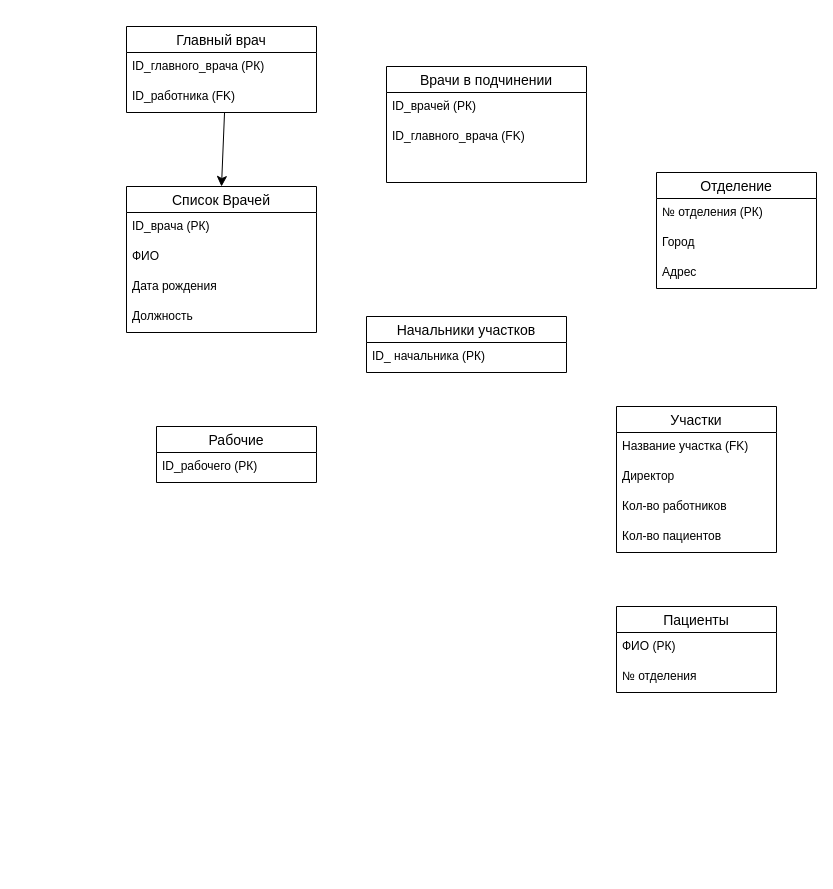
pathetic01/sql keeps this draw.io diagram as физическая.drawio. Above is the earlier version. Source tidied: cells renumbered, new cells numbered last; positions are measured from the earlier drawing's top-left corner, leaving out a move shared by most shapes. Both pictures are drawn from the tidied source at 100%, with x=0, y=0 at pixel (126, 26).
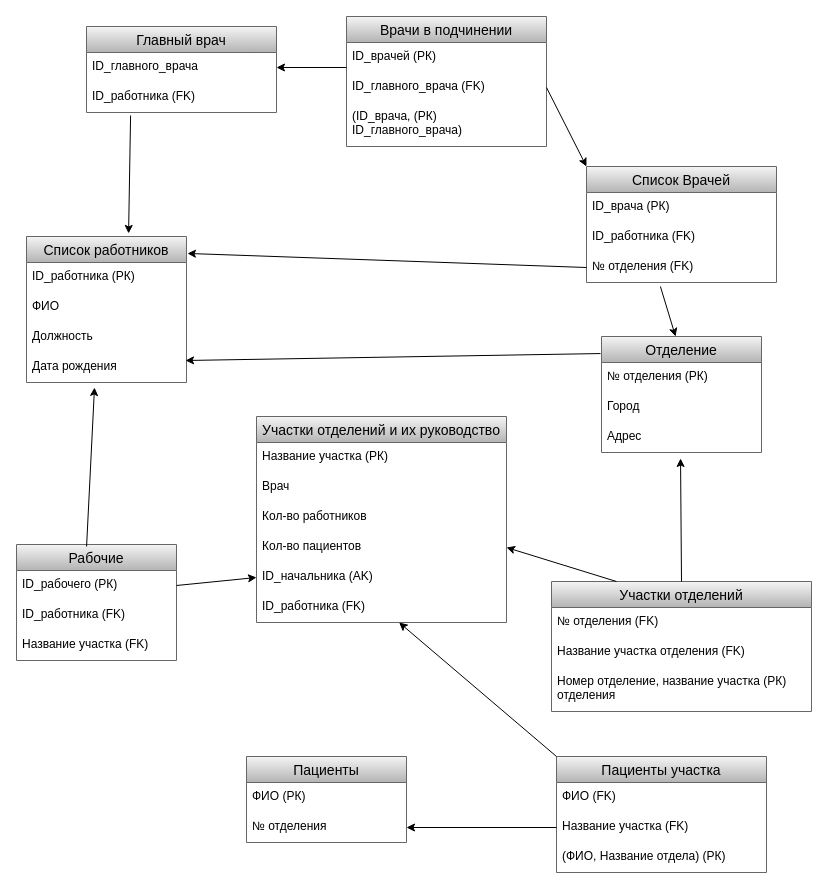
After the change.

The change refers to these unchanged cells:
```xml
<mxCell id="4" value="ID_работника (FK)" style="text;strokeColor=none;fillColor=none;spacingLeft=4;spacingRight=4;overflow=hidden;points=[[0,0.5],[1,0.5]];portConstraint=eastwest;fontSize=12;" parent="2" vertex="1">
  <mxGeometry y="56" width="190" height="30" as="geometry" />
</mxCell>
<mxCell id="6" value="ID_врачей (РК)" style="text;strokeColor=none;fillColor=none;spacingLeft=4;spacingRight=4;overflow=hidden;points=[[0,0.5],[1,0.5]];portConstraint=eastwest;fontSize=12;" parent="5" vertex="1">
  <mxGeometry y="26" width="200" height="30" as="geometry" />
</mxCell>
<mxCell id="7" value="ID_главного_врача (FK)" style="text;strokeColor=none;fillColor=none;spacingLeft=4;spacingRight=4;overflow=hidden;points=[[0,0.5],[1,0.5]];portConstraint=eastwest;fontSize=12;" parent="5" vertex="1">
  <mxGeometry y="56" width="200" height="30" as="geometry" />
</mxCell>
<mxCell id="19" value="Адрес" style="text;strokeColor=none;fillColor=none;spacingLeft=4;spacingRight=4;overflow=hidden;points=[[0,0.5],[1,0.5]];portConstraint=eastwest;fontSize=12;" parent="16" vertex="1">
  <mxGeometry y="86" width="160" height="30" as="geometry" />
</mxCell>
<mxCell id="21" value="ID_рабочего (РК)" style="text;strokeColor=none;fillColor=none;spacingLeft=4;spacingRight=4;overflow=hidden;points=[[0,0.5],[1,0.5]];portConstraint=eastwest;fontSize=12;" parent="20" vertex="1">
  <mxGeometry y="26" width="160" height="30" as="geometry" />
</mxCell>
<mxCell id="29" value="№ отделения" style="text;strokeColor=none;fillColor=none;spacingLeft=4;spacingRight=4;overflow=hidden;points=[[0,0.5],[1,0.5]];portConstraint=eastwest;fontSize=12;" parent="27" vertex="1">
  <mxGeometry y="56" width="160" height="30" as="geometry" />
</mxCell>
```

Change to the diagram source:
```diff
@@
-    <mxCell id="2" value="Главный врач" style="swimlane;fontStyle=0;horizontal=1;startSize=26;align=center;fontSize=14;" parent="1" vertex="1">
-      <mxGeometry width="190" height="86" as="geometry" />
+    <mxCell id="2" value="Главный врач" style="swimlane;fontStyle=0;horizontal=1;startSize=26;align=center;fontSize=14;fillColor=#f5f5f5;strokeColor=#666666;gradientColor=#b3b3b3;" parent="1" vertex="1">
+      <mxGeometry x="-40" width="190" height="86" as="geometry" />
     </mxCell>
-    <mxCell id="3" value="ID_главного_врача (РК)" style="text;strokeColor=none;fillColor=none;spacingLeft=4;spacingRight=4;overflow=hidden;points=[[0,0.5],[1,0.5]];portConstraint=eastwest;fontSize=12;" parent="2" vertex="1">
+    <mxCell id="3" value="ID_главного_врача " style="text;strokeColor=none;fillColor=none;spacingLeft=4;spacingRight=4;overflow=hidden;points=[[0,0.5],[1,0.5]];portConstraint=eastwest;fontSize=12;" parent="2" vertex="1">
       <mxGeometry y="26" width="190" height="30" as="geometry" />
     </mxCell>
@@
-    <mxCell id="5" value="Врачи в подчинении" style="swimlane;fontStyle=0;horizontal=1;startSize=26;align=center;fontSize=14;" parent="1" vertex="1">
-      <mxGeometry x="260" y="40" width="200" height="116" as="geometry" />
+    <mxCell id="5" value="Врачи в подчинении" style="swimlane;fontStyle=0;horizontal=1;startSize=26;align=center;fontSize=14;fillColor=#f5f5f5;gradientColor=#b3b3b3;strokeColor=#666666;" parent="1" vertex="1">
+      <mxGeometry x="220" y="-10" width="200" height="130" as="geometry" />
     </mxCell>
@@
-    <mxCell id="8" style="text;strokeColor=none;fillColor=none;spacingLeft=4;spacingRight=4;overflow=hidden;fontSize=12;" parent="5" vertex="1">
-      <mxGeometry y="86" width="200" height="30" as="geometry" />
+    <mxCell id="8" value="(ID_врача, (РК) &#10;ID_главного_врача)" style="text;strokeColor=none;fillColor=none;spacingLeft=4;spacingRight=4;overflow=hidden;fontSize=12;" parent="5" vertex="1">
+      <mxGeometry y="86" width="200" height="44" as="geometry" />
     </mxCell>
-    <mxCell id="9" value="Список Врачей" style="swimlane;fontStyle=0;horizontal=1;startSize=26;align=center;fontSize=14;" parent="1" vertex="1">
-      <mxGeometry y="160" width="190" height="146" as="geometry" />
+    <mxCell id="9" value="Список Врачей" style="swimlane;fontStyle=0;horizontal=1;startSize=26;align=center;fontSize=14;fillColor=#f5f5f5;gradientColor=#b3b3b3;strokeColor=#666666;" parent="1" vertex="1">
+      <mxGeometry x="460" y="140" width="190" height="116" as="geometry" />
     </mxCell>
@@
-    <mxCell id="11" value="ФИО" style="text;strokeColor=none;fillColor=none;spacingLeft=4;spacingRight=4;overflow=hidden;fontSize=12;" parent="9" vertex="1">
+    <mxCell id="11" value="ID_работника (FK)" style="text;strokeColor=none;fillColor=none;spacingLeft=4;spacingRight=4;overflow=hidden;fontSize=12;" parent="9" vertex="1">
       <mxGeometry y="56" width="190" height="30" as="geometry" />
     </mxCell>
-    <mxCell id="12" value="Дата рождения" style="text;strokeColor=none;fillColor=none;spacingLeft=4;spacingRight=4;overflow=hidden;points=[[0,0.5],[1,0.5]];portConstraint=eastwest;fontSize=12;" parent="9" vertex="1">
+    <mxCell id="12" value="№ отделения (FK)" style="text;strokeColor=none;fillColor=none;spacingLeft=4;spacingRight=4;overflow=hidden;points=[[0,0.5],[1,0.5]];portConstraint=eastwest;fontSize=12;" parent="9" vertex="1">
       <mxGeometry y="86" width="190" height="30" as="geometry" />
     </mxCell>
-    <mxCell id="13" value="Должность" style="text;strokeColor=none;fillColor=none;spacingLeft=4;spacingRight=4;overflow=hidden;fontSize=12;" parent="9" vertex="1">
-      <mxGeometry y="116" width="190" height="30" as="geometry" />
-    </mxCell>
-    <mxCell id="14" value="Начальники участков" style="swimlane;fontStyle=0;horizontal=1;startSize=26;align=center;fontSize=14;" parent="1" vertex="1">
-      <mxGeometry x="240" y="290" width="200" height="56" as="geometry" />
-    </mxCell>
-    <mxCell id="15" value="ID_ начальника (РК)" style="text;strokeColor=none;fillColor=none;spacingLeft=4;spacingRight=4;overflow=hidden;fontSize=12;" parent="14" vertex="1">
-      <mxGeometry y="26" width="200" height="30" as="geometry" />
-    </mxCell>
-    <mxCell id="16" value="Отделение" style="swimlane;fontStyle=0;horizontal=1;startSize=26;align=center;fontSize=14;" parent="1" vertex="1">
-      <mxGeometry x="530" y="146" width="160" height="116" as="geometry" />
+    <mxCell id="16" value="Отделение" style="swimlane;fontStyle=0;horizontal=1;startSize=26;align=center;fontSize=14;fillColor=#f5f5f5;gradientColor=#b3b3b3;strokeColor=#666666;" parent="1" vertex="1">
+      <mxGeometry x="475" y="310" width="160" height="116" as="geometry" />
     </mxCell>
@@
-    <mxCell id="20" value="Рабочие" style="swimlane;fontStyle=0;horizontal=1;startSize=26;align=center;fontSize=14;" parent="1" vertex="1">
-      <mxGeometry x="30" y="400" width="160" height="56" as="geometry" />
+    <mxCell id="20" value="Рабочие" style="swimlane;fontStyle=0;horizontal=1;startSize=26;align=center;fontSize=14;fillColor=#f5f5f5;gradientColor=#b3b3b3;strokeColor=#666666;" parent="1" vertex="1">
+      <mxGeometry x="-110" y="518" width="160" height="116" as="geometry" />
     </mxCell>
@@
+    <mxCell id="31" value="ID_работника (FK)" style="text;strokeColor=none;fillColor=none;spacingLeft=4;spacingRight=4;overflow=hidden;fontSize=12;" parent="20" vertex="1">
+      <mxGeometry y="56" width="160" height="30" as="geometry" />
+    </mxCell>
+    <mxCell id="32" value="Название участка (FK)" style="text;strokeColor=none;fillColor=none;spacingLeft=4;spacingRight=4;overflow=hidden;fontSize=12;" parent="20" vertex="1">
+      <mxGeometry y="86" width="160" height="30" as="geometry" />
+    </mxCell>
-    <mxCell id="22" value="Участки" style="swimlane;fontStyle=0;horizontal=1;startSize=26;align=center;fontSize=14;" parent="1" vertex="1">
-      <mxGeometry x="490" y="380" width="160" height="146" as="geometry" />
+    <mxCell id="22" value="Пациенты участка" style="swimlane;fontStyle=0;horizontal=1;startSize=26;align=center;fontSize=14;fillColor=#f5f5f5;gradientColor=#b3b3b3;strokeColor=#666666;" parent="1" vertex="1">
+      <mxGeometry x="430" y="730" width="210" height="116" as="geometry" />
     </mxCell>
-    <mxCell id="23" value="Название участка (FK)" style="text;strokeColor=none;fillColor=none;spacingLeft=4;spacingRight=4;overflow=hidden;fontSize=12;" parent="22" vertex="1">
-      <mxGeometry y="26" width="160" height="30" as="geometry" />
+    <mxCell id="23" value="ФИО (FK)" style="text;strokeColor=none;fillColor=none;spacingLeft=4;spacingRight=4;overflow=hidden;fontSize=12;" parent="22" vertex="1">
+      <mxGeometry y="26" width="210" height="30" as="geometry" />
     </mxCell>
-    <mxCell id="24" value="Директор" style="text;strokeColor=none;fillColor=none;spacingLeft=4;spacingRight=4;overflow=hidden;points=[[0,0.5],[1,0.5]];portConstraint=eastwest;fontSize=12;" parent="22" vertex="1">
-      <mxGeometry y="56" width="160" height="30" as="geometry" />
+    <mxCell id="24" value="Название участка (FK)" style="text;strokeColor=none;fillColor=none;spacingLeft=4;spacingRight=4;overflow=hidden;points=[[0,0.5],[1,0.5]];portConstraint=eastwest;fontSize=12;" parent="22" vertex="1">
+      <mxGeometry y="56" width="210" height="30" as="geometry" />
     </mxCell>
-    <mxCell id="25" value="Кол-во работников" style="text;strokeColor=none;fillColor=none;spacingLeft=4;spacingRight=4;overflow=hidden;fontSize=12;" parent="22" vertex="1">
-      <mxGeometry y="86" width="160" height="30" as="geometry" />
+    <mxCell id="25" value="(ФИО, Название отдела) (РК)" style="text;strokeColor=none;fillColor=none;spacingLeft=4;spacingRight=4;overflow=hidden;fontSize=12;" parent="22" vertex="1">
+      <mxGeometry y="86" width="210" height="30" as="geometry" />
     </mxCell>
-    <mxCell id="26" value="Кол-во пациентов" style="text;strokeColor=none;fillColor=none;spacingLeft=4;spacingRight=4;overflow=hidden;points=[[0,0.5],[1,0.5]];portConstraint=eastwest;fontSize=12;" parent="22" vertex="1">
-      <mxGeometry y="116" width="160" height="30" as="geometry" />
-    </mxCell>
-    <mxCell id="27" value="Пациенты" style="swimlane;fontStyle=0;horizontal=1;startSize=26;align=center;fontSize=14;" parent="1" vertex="1">
-      <mxGeometry x="490" y="580" width="160" height="86" as="geometry" />
+    <mxCell id="27" value="Пациенты" style="swimlane;fontStyle=0;horizontal=1;startSize=26;align=center;fontSize=14;fillColor=#f5f5f5;gradientColor=#b3b3b3;strokeColor=#666666;" parent="1" vertex="1">
+      <mxGeometry x="120" y="730" width="160" height="86" as="geometry" />
     </mxCell>
@@
-    <mxCell id="30" style="endArrow=classic;html=1;rounded=0;entryX=0.5;entryY=0;entryDx=0;entryDy=0;strokeWidth=1;targetPerimeterSpacing=9;sourcePerimeterSpacing=10;startSize=12;endSize=8;exitX=0.516;exitY=1;exitDx=0;exitDy=0;exitPerimeter=0;" parent="1" edge="1" source="4" target="9">
-      <mxGeometry relative="1" as="geometry" />
-    </mxCell>
+    <mxCell id="33" style="endArrow=classic;html=1;rounded=0;exitX=0;exitY=0.833;exitDx=0;exitDy=0;entryX=1;entryY=0.5;entryDx=0;entryDy=0;exitPerimeter=0;" parent="1" edge="1" source="6" target="3">
+      <mxGeometry relative="1" as="geometry" />
+    </mxCell>
+    <mxCell id="34" value="Список работников" style="swimlane;fontStyle=0;horizontal=1;startSize=26;align=center;fontSize=14;fillColor=#f5f5f5;gradientColor=#b3b3b3;strokeColor=#666666;" parent="1" vertex="1">
+      <mxGeometry x="-100" y="210" width="160" height="146" as="geometry" />
+    </mxCell>
+    <mxCell id="35" value="ID_работника (РК)" style="text;strokeColor=none;fillColor=none;spacingLeft=4;spacingRight=4;overflow=hidden;fontSize=12;" parent="34" vertex="1">
+      <mxGeometry y="26" width="160" height="30" as="geometry" />
+    </mxCell>
+    <mxCell id="36" value="ФИО" style="text;strokeColor=none;fillColor=none;spacingLeft=4;spacingRight=4;overflow=hidden;fontSize=12;" parent="34" vertex="1">
+      <mxGeometry y="56" width="160" height="30" as="geometry" />
+    </mxCell>
+    <mxCell id="13" value="Должность" style="text;strokeColor=none;fillColor=none;spacingLeft=4;spacingRight=4;overflow=hidden;fontSize=12;" parent="34" vertex="1">
+      <mxGeometry y="86" width="160" height="30" as="geometry" />
+    </mxCell>
+    <mxCell id="37" value="Дата рождения" style="text;strokeColor=none;fillColor=none;spacingLeft=4;spacingRight=4;overflow=hidden;points=[[0,0.5],[1,0.5]];portConstraint=eastwest;fontSize=12;" parent="34" vertex="1">
+      <mxGeometry y="116" width="160" height="30" as="geometry" />
+    </mxCell>
+    <mxCell id="38" value="Участки отделений и их руководство" style="swimlane;fontStyle=0;horizontal=1;startSize=26;align=center;fontSize=14;fillColor=#f5f5f5;gradientColor=#b3b3b3;strokeColor=#666666;" parent="1" vertex="1">
+      <mxGeometry x="130" y="390" width="250" height="206" as="geometry" />
+    </mxCell>
+    <mxCell id="39" value="Название участка (РК)" style="text;strokeColor=none;fillColor=none;spacingLeft=4;spacingRight=4;overflow=hidden;fontSize=12;" parent="38" vertex="1">
+      <mxGeometry y="26" width="250" height="30" as="geometry" />
+    </mxCell>
+    <mxCell id="40" value="Врач" style="text;strokeColor=none;fillColor=none;spacingLeft=4;spacingRight=4;overflow=hidden;fontSize=12;" parent="38" vertex="1">
+      <mxGeometry y="56" width="250" height="30" as="geometry" />
+    </mxCell>
+    <mxCell id="41" value="Кол-во работников    " style="text;strokeColor=none;fillColor=none;spacingLeft=4;spacingRight=4;overflow=hidden;fontSize=12;" parent="38" vertex="1">
+      <mxGeometry y="86" width="250" height="30" as="geometry" />
+    </mxCell>
+    <mxCell id="26" value="Кол-во пациентов" style="text;strokeColor=none;fillColor=none;spacingLeft=4;spacingRight=4;overflow=hidden;points=[[0,0.5],[1,0.5]];portConstraint=eastwest;fontSize=12;" parent="38" vertex="1">
+      <mxGeometry y="116" width="250" height="30" as="geometry" />
+    </mxCell>
+    <mxCell id="42" value="ID_начальника (AK)" style="text;strokeColor=none;fillColor=none;spacingLeft=4;spacingRight=4;overflow=hidden;points=[[0,0.5],[1,0.5]];portConstraint=eastwest;fontSize=12;" parent="38" vertex="1">
+      <mxGeometry y="146" width="250" height="30" as="geometry" />
+    </mxCell>
+    <mxCell id="43" value="ID_работника (FK)" style="text;strokeColor=none;fillColor=none;spacingLeft=4;spacingRight=4;overflow=hidden;points=[[0,0.5],[1,0.5]];portConstraint=eastwest;fontSize=12;" parent="38" vertex="1">
+      <mxGeometry y="176" width="250" height="30" as="geometry" />
+    </mxCell>
+    <mxCell id="44" value="Участки отделений" style="swimlane;fontStyle=0;horizontal=1;startSize=26;align=center;fontSize=14;fillColor=#f5f5f5;gradientColor=#b3b3b3;strokeColor=#666666;" parent="1" vertex="1">
+      <mxGeometry x="425" y="555" width="260" height="130" as="geometry" />
+    </mxCell>
+    <mxCell id="45" value="№ отделения (FK)" style="text;strokeColor=none;fillColor=none;spacingLeft=4;spacingRight=4;overflow=hidden;fontSize=12;" parent="44" vertex="1">
+      <mxGeometry y="26" width="260" height="30" as="geometry" />
+    </mxCell>
+    <mxCell id="46" value="Название участка отделения (FK)" style="text;strokeColor=none;fillColor=none;spacingLeft=4;spacingRight=4;overflow=hidden;fontSize=12;" parent="44" vertex="1">
+      <mxGeometry y="56" width="260" height="30" as="geometry" />
+    </mxCell>
+    <mxCell id="47" value="Номер отделение, название участка (РК)&#10;отделения" style="text;strokeColor=none;fillColor=none;spacingLeft=4;spacingRight=4;overflow=hidden;fontSize=12;" parent="44" vertex="1">
+      <mxGeometry y="86" width="260" height="44" as="geometry" />
+    </mxCell>
+    <mxCell id="48" style="endArrow=classic;html=1;rounded=0;entryX=0.638;entryY=-0.021;entryDx=0;entryDy=0;entryPerimeter=0;exitX=0.232;exitY=1.1;exitDx=0;exitDy=0;exitPerimeter=0;" parent="1" edge="1" source="4" target="34">
+      <mxGeometry relative="1" as="geometry" />
+    </mxCell>
+    <mxCell id="49" style="endArrow=classic;html=1;rounded=0;exitX=1;exitY=0.5;exitDx=0;exitDy=0;entryX=0;entryY=0;entryDx=0;entryDy=0;" parent="1" edge="1" source="7" target="9">
+      <mxGeometry relative="1" as="geometry" />
+    </mxCell>
+    <mxCell id="50" style="endArrow=classic;html=1;rounded=0;entryX=0.463;entryY=0;entryDx=0;entryDy=0;entryPerimeter=0;exitX=0.389;exitY=1.133;exitDx=0;exitDy=0;exitPerimeter=0;" parent="1" edge="1" source="12" target="16">
+      <mxGeometry relative="1" as="geometry" />
+    </mxCell>
+    <mxCell id="51" style="endArrow=classic;html=1;rounded=0;exitX=0;exitY=0.5;exitDx=0;exitDy=0;entryX=1.006;entryY=0.116;entryDx=0;entryDy=0;entryPerimeter=0;" parent="1" edge="1" source="12" target="34">
+      <mxGeometry relative="1" as="geometry" />
+    </mxCell>
+    <mxCell id="52" style="endArrow=classic;html=1;rounded=0;exitX=-0.006;exitY=0.147;exitDx=0;exitDy=0;entryX=0.994;entryY=0.267;entryDx=0;entryDy=0;entryPerimeter=0;exitPerimeter=0;" parent="1" edge="1" source="16" target="37">
+      <mxGeometry relative="1" as="geometry" />
+    </mxCell>
+    <mxCell id="53" style="endArrow=classic;html=1;rounded=0;exitX=0.5;exitY=0;exitDx=0;exitDy=0;entryX=0.494;entryY=1.2;entryDx=0;entryDy=0;entryPerimeter=0;" parent="1" edge="1" source="44" target="19">
+      <mxGeometry relative="1" as="geometry" />
+    </mxCell>
+    <mxCell id="54" style="endArrow=classic;html=1;rounded=0;exitX=0.25;exitY=0;exitDx=0;exitDy=0;entryX=1;entryY=0.5;entryDx=0;entryDy=0;" parent="1" edge="1" source="44" target="26">
+      <mxGeometry relative="1" as="geometry" />
+    </mxCell>
+    <mxCell id="55" style="endArrow=classic;html=1;rounded=0;entryX=1;entryY=0.5;entryDx=0;entryDy=0;exitX=0;exitY=0.5;exitDx=0;exitDy=0;" parent="1" edge="1" source="24" target="29">
+      <mxGeometry relative="1" as="geometry" />
+    </mxCell>
+    <mxCell id="56" style="endArrow=classic;html=1;rounded=0;exitX=0;exitY=0;exitDx=0;exitDy=0;" parent="1" edge="1" source="22" target="43">
+      <mxGeometry relative="1" as="geometry" />
+    </mxCell>
+    <mxCell id="57" style="endArrow=classic;html=1;rounded=0;exitX=1;exitY=0.5;exitDx=0;exitDy=0;entryX=0;entryY=0.5;entryDx=0;entryDy=0;" parent="1" edge="1" source="21" target="42">
+      <mxGeometry relative="1" as="geometry" />
+    </mxCell>
+    <mxCell id="58" style="endArrow=classic;html=1;rounded=0;exitX=0.438;exitY=0.017;exitDx=0;exitDy=0;exitPerimeter=0;entryX=0.425;entryY=1.167;entryDx=0;entryDy=0;entryPerimeter=0;" parent="1" edge="1" source="20" target="37">
+      <mxGeometry relative="1" as="geometry" />
+    </mxCell>
```
